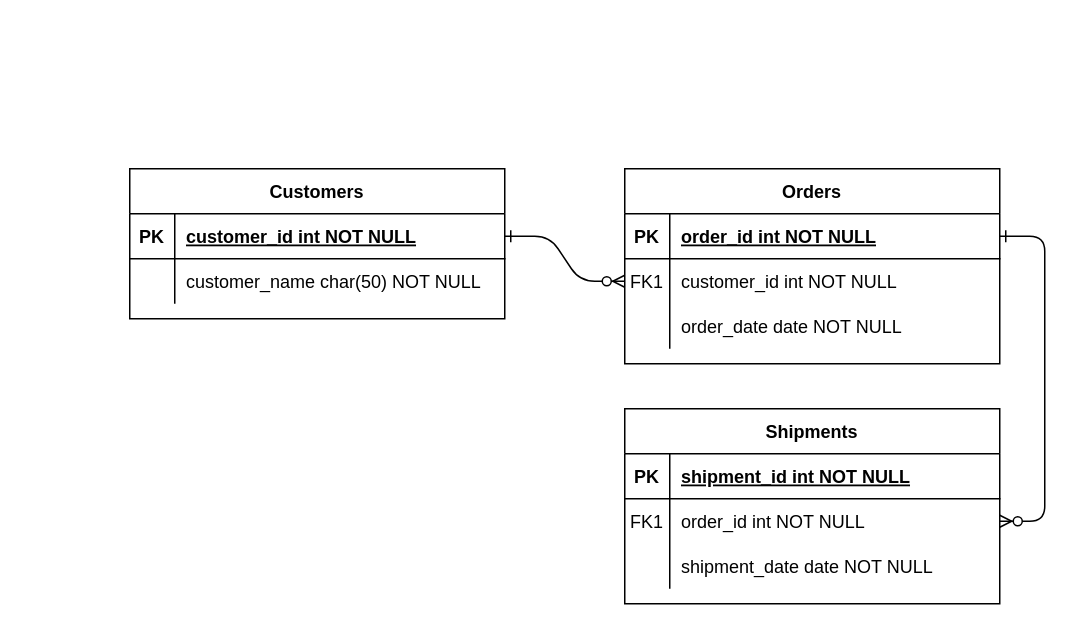
This is loginSystem.drawio from AmirAini/BackEndDay1, a draw.io file, before an edit. Source tidied: cells renumbered, new cells numbered last; positions are measured from the earlier drawing's top-left corner, leaving out a move shared by most shapes. Both pictures are drawn from the tidied source at 150%, with x=0, y=0 at pixel (129, 168).
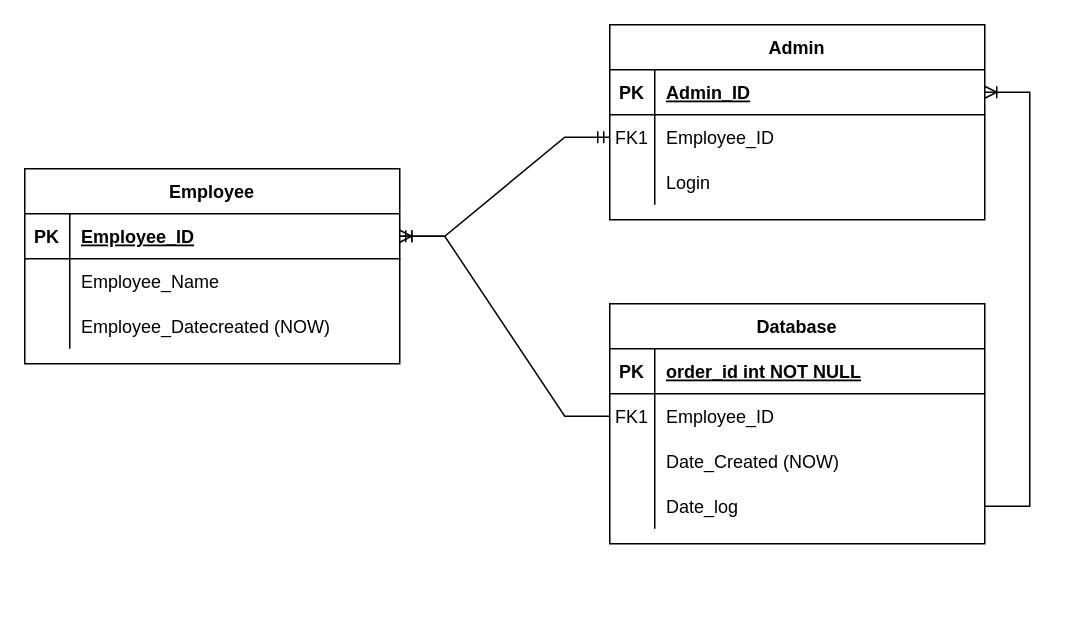
The same diagram, later.

Unchanged cells that the change refers to:
```xml
<mxCell id="5" style="shape=partialRectangle;fillColor=none;points=[[0,0.5],[1,0.5]];portConstraint=eastwest;top=0;left=0;right=0;bottom=1;" parent="4" vertex="1">
  <mxGeometry y="30" width="250" height="30" as="geometry" />
</mxCell>
<mxCell id="8" style="shape=partialRectangle;fillColor=none;points=[[0,0.5],[1,0.5]];portConstraint=eastwest;top=0;left=0;right=0;bottom=0;" parent="4" vertex="1">
  <mxGeometry y="60" width="250" height="30" as="geometry" />
</mxCell>
<mxCell id="11" style="shape=partialRectangle;fillColor=none;top=0;left=0;right=0;bottom=0;" parent="4" vertex="1">
  <mxGeometry y="90" width="250" height="30" as="geometry" />
</mxCell>
<mxCell id="15" style="shape=partialRectangle;fillColor=none;points=[[0,0.5],[1,0.5]];portConstraint=eastwest;top=0;left=0;right=0;bottom=1;" parent="14" vertex="1">
  <mxGeometry y="30" width="250" height="30" as="geometry" />
</mxCell>
<mxCell id="18" style="shape=partialRectangle;fillColor=none;points=[[0,0.5],[1,0.5]];portConstraint=eastwest;top=0;left=0;right=0;bottom=0;" parent="14" vertex="1">
  <mxGeometry y="60" width="250" height="30" as="geometry" />
</mxCell>
<mxCell id="21" style="shape=partialRectangle;fillColor=none;top=0;left=0;right=0;bottom=0;" parent="14" vertex="1">
  <mxGeometry y="90" width="250" height="30" as="geometry" />
</mxCell>
<mxCell id="25" style="shape=partialRectangle;fillColor=none;points=[[0,0.5],[1,0.5]];portConstraint=eastwest;top=0;left=0;right=0;bottom=1;" parent="24" vertex="1">
  <mxGeometry y="30" width="250" height="30" as="geometry" />
</mxCell>
<mxCell id="28" style="shape=partialRectangle;fillColor=none;top=0;left=0;right=0;bottom=0;" parent="24" vertex="1">
  <mxGeometry y="60" width="250" height="30" as="geometry" />
</mxCell>
```

Change to the diagram source:
```diff
@@
-    <mxCell id="2" style="edgeStyle=entityRelationEdgeStyle;endArrow=ERzeroToMany;startArrow=ERone;endFill=1;startFill=0;" parent="1" edge="1" source="25" target="8">
-      <mxGeometry relative="1" as="geometry" />
-    </mxCell>
-    <mxCell id="3" style="edgeStyle=entityRelationEdgeStyle;endArrow=ERzeroToMany;startArrow=ERone;endFill=1;startFill=0;" parent="1" edge="1" source="5" target="18">
-      <mxGeometry relative="1" as="geometry" />
-    </mxCell>
-    <mxCell id="4" value="Orders" style="shape=table;startSize=30;childLayout=tableLayout;rowLines=0;fontStyle=1;align=center;" parent="1" vertex="1">
-      <mxGeometry x="330" width="250" height="130" as="geometry" />
+    <mxCell id="4" value="Database" style="shape=table;startSize=30;childLayout=tableLayout;rowLines=0;fontStyle=1;align=center;" parent="1" vertex="1">
+      <mxGeometry x="320" y="90" width="250" height="160" as="geometry" />
     </mxCell>
@@
-    <mxCell id="10" value="customer_id int NOT NULL" style="shape=partialRectangle;overflow=hidden;fillColor=none;top=0;left=0;bottom=0;right=0;align=left;spacingLeft=6;" parent="8" vertex="1">
+    <mxCell id="10" value="Employee_ID" style="shape=partialRectangle;overflow=hidden;fillColor=none;top=0;left=0;bottom=0;right=0;align=left;spacingLeft=6;" parent="8" vertex="1">
       <mxGeometry x="30" width="220" height="30" as="geometry" />
     </mxCell>
@@
-    <mxCell id="13" value="order_date date NOT NULL" style="shape=partialRectangle;overflow=hidden;fillColor=none;top=0;left=0;bottom=0;right=0;align=left;spacingLeft=6;" parent="11" vertex="1">
+    <mxCell id="13" value="Date_Created (NOW)" style="shape=partialRectangle;overflow=hidden;fillColor=none;top=0;left=0;bottom=0;right=0;align=left;spacingLeft=6;" parent="11" vertex="1">
       <mxGeometry x="30" width="220" height="30" as="geometry" />
     </mxCell>
+    <mxCell id="31" style="shape=partialRectangle;fillColor=none;points=[[0,0.5],[1,0.5]];portConstraint=eastwest;top=0;left=0;right=0;bottom=0;" parent="4" vertex="1">
+      <mxGeometry y="120" width="250" height="30" as="geometry" />
+    </mxCell>
+    <mxCell id="32" style="shape=partialRectangle;overflow=hidden;fillColor=none;top=0;left=0;bottom=0;right=0;" parent="31" vertex="1">
+      <mxGeometry width="30" height="30" as="geometry" />
+    </mxCell>
+    <mxCell id="33" value="Date_log" style="shape=partialRectangle;overflow=hidden;fillColor=none;top=0;left=0;bottom=0;right=0;align=left;spacingLeft=6;" parent="31" vertex="1">
+      <mxGeometry x="30" width="220" height="30" as="geometry" />
+    </mxCell>
-    <mxCell id="14" value="Shipments" style="shape=table;startSize=30;childLayout=tableLayout;rowLines=0;fontStyle=1;align=center;" parent="1" vertex="1">
-      <mxGeometry x="330" y="160" width="250" height="130" as="geometry" />
+    <mxCell id="14" value="Admin" style="shape=table;startSize=30;childLayout=tableLayout;rowLines=0;fontStyle=1;align=center;" parent="1" vertex="1">
+      <mxGeometry x="320" y="-96" width="250" height="130" as="geometry" />
     </mxCell>
@@
-    <mxCell id="17" value="shipment_id int NOT NULL " style="shape=partialRectangle;overflow=hidden;fillColor=none;top=0;left=0;bottom=0;right=0;align=left;spacingLeft=6;fontStyle=5;" parent="15" vertex="1">
+    <mxCell id="17" value="Admin_ID" style="shape=partialRectangle;overflow=hidden;fillColor=none;top=0;left=0;bottom=0;right=0;align=left;spacingLeft=6;fontStyle=5;" parent="15" vertex="1">
       <mxGeometry x="30" width="220" height="30" as="geometry" />
     </mxCell>
@@
-    <mxCell id="20" value="order_id int NOT NULL" style="shape=partialRectangle;overflow=hidden;fillColor=none;top=0;left=0;bottom=0;right=0;align=left;spacingLeft=6;" parent="18" vertex="1">
+    <mxCell id="20" value="Employee_ID" style="shape=partialRectangle;overflow=hidden;fillColor=none;top=0;left=0;bottom=0;right=0;align=left;spacingLeft=6;" parent="18" vertex="1">
       <mxGeometry x="30" width="220" height="30" as="geometry" />
     </mxCell>
@@
-    <mxCell id="23" value="shipment_date date NOT NULL" style="shape=partialRectangle;overflow=hidden;fillColor=none;top=0;left=0;bottom=0;right=0;align=left;spacingLeft=6;" parent="21" vertex="1">
+    <mxCell id="23" value="Login" style="shape=partialRectangle;overflow=hidden;fillColor=none;top=0;left=0;bottom=0;right=0;align=left;spacingLeft=6;" parent="21" vertex="1">
       <mxGeometry x="30" width="220" height="30" as="geometry" />
     </mxCell>
-    <mxCell id="24" value="Customers" style="shape=table;startSize=30;childLayout=tableLayout;rowLines=0;fontStyle=1;align=center;" parent="1" vertex="1">
-      <mxGeometry width="250" height="100" as="geometry" />
+    <mxCell id="24" value="Employee" style="shape=table;startSize=30;childLayout=tableLayout;rowLines=0;fontStyle=1;align=center;" parent="1" vertex="1">
+      <mxGeometry x="-70" width="250" height="130" as="geometry" />
     </mxCell>
@@
-    <mxCell id="27" value="customer_id int NOT NULL " style="shape=partialRectangle;overflow=hidden;fillColor=none;top=0;left=0;bottom=0;right=0;align=left;spacingLeft=6;fontStyle=5;" parent="25" vertex="1">
+    <mxCell id="27" value="Employee_ID" style="shape=partialRectangle;overflow=hidden;fillColor=none;top=0;left=0;bottom=0;right=0;align=left;spacingLeft=6;fontStyle=5;" parent="25" vertex="1">
       <mxGeometry x="30" width="220" height="30" as="geometry" />
     </mxCell>
@@
-    <mxCell id="30" value="customer_name char(50) NOT NULL" style="shape=partialRectangle;overflow=hidden;fillColor=none;top=0;left=0;bottom=0;right=0;align=left;spacingLeft=6;" parent="28" vertex="1">
+    <mxCell id="30" value="Employee_Name" style="shape=partialRectangle;overflow=hidden;fillColor=none;top=0;left=0;bottom=0;right=0;align=left;spacingLeft=6;" parent="28" vertex="1">
       <mxGeometry x="30" width="220" height="30" as="geometry" />
     </mxCell>
+    <mxCell id="34" style="shape=partialRectangle;fillColor=none;top=0;left=0;right=0;bottom=0;" parent="24" vertex="1">
+      <mxGeometry y="90" width="250" height="30" as="geometry" />
+    </mxCell>
+    <mxCell id="35" style="shape=partialRectangle;overflow=hidden;fillColor=none;top=0;left=0;bottom=0;right=0;" parent="34" vertex="1">
+      <mxGeometry width="30" height="30" as="geometry" />
+    </mxCell>
+    <mxCell id="36" value="Employee_Datecreated (NOW)" style="shape=partialRectangle;overflow=hidden;fillColor=none;top=0;left=0;bottom=0;right=0;align=left;spacingLeft=6;" parent="34" vertex="1">
+      <mxGeometry x="30" width="220" height="30" as="geometry" />
+    </mxCell>
+    <mxCell id="37" style="edgeStyle=entityRelationEdgeStyle;fontSize=12;html=1;endArrow=ERoneToMany;rounded=0;" parent="1" edge="1" source="8" target="25">
+      <mxGeometry relative="1" as="geometry" />
+    </mxCell>
+    <mxCell id="38" style="edgeStyle=entityRelationEdgeStyle;fontSize=12;html=1;endArrow=ERoneToMany;rounded=0;" parent="1" edge="1" source="31" target="15">
+      <mxGeometry relative="1" as="geometry" />
+    </mxCell>
+    <mxCell id="39" style="edgeStyle=entityRelationEdgeStyle;fontSize=12;html=1;endArrow=ERmandOne;startArrow=ERmandOne;rounded=0;exitX=1;exitY=0.5;exitDx=0;exitDy=0;" parent="1" edge="1" source="25" target="18">
+      <mxGeometry relative="1" as="geometry" />
+    </mxCell>
```
